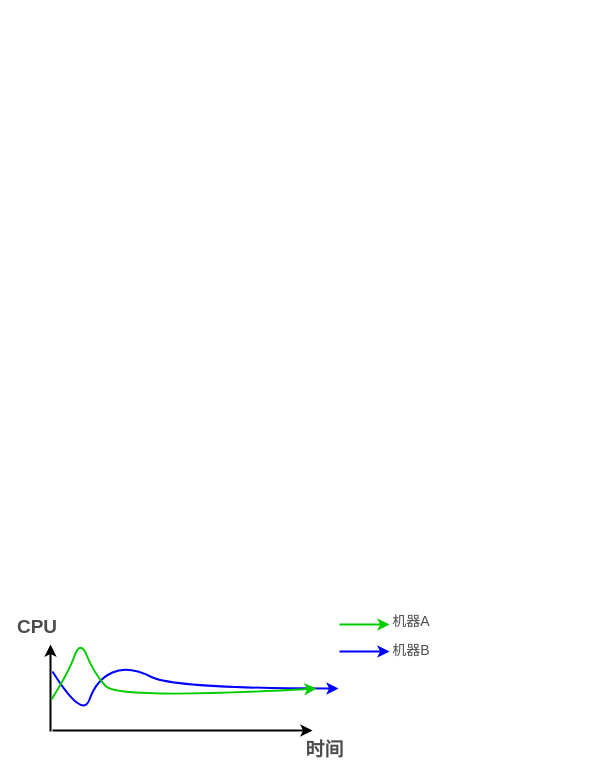
The draw.io diagram page "第 4 页" (4 of 4) of 未命名绘图.drawio in gettogetto/Flappybird, before the edit. Source tidied: cells renumbered, new cells numbered last; positions are measured from the earlier drawing's top-left corner, leaving out a move shared by most shapes. Both pictures are drawn from the tidied source at 100%, with x=0, y=0 at pixel (17, 611).
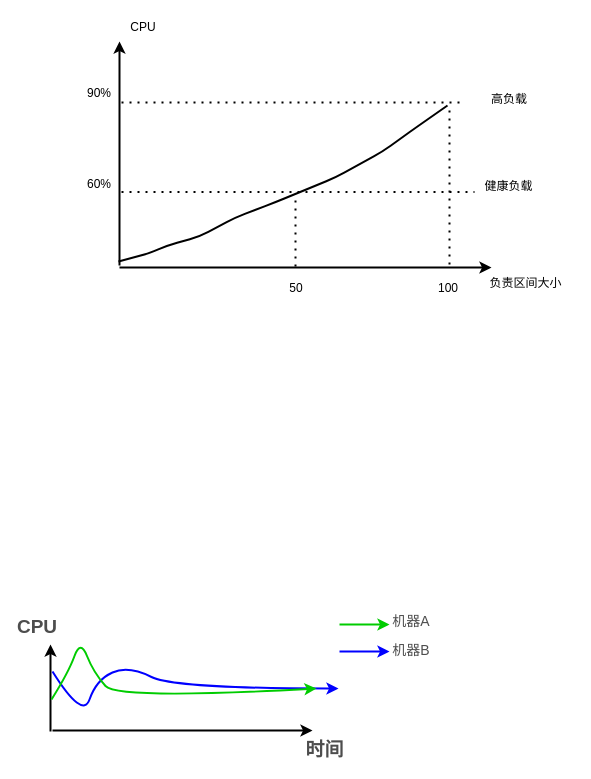
The same diagram, later.

Commit message:
更新未命名绘图.drawio

The edit, as a diff of the source:
```diff
@@
+    <mxCell id="12" style="endArrow=classic;html=1;strokeWidth=2;" parent="1" edge="1">
+      <mxGeometry relative="1" as="geometry">
+        <mxPoint x="102" y="-346" as="sourcePoint" />
+        <mxPoint x="102" y="-570" as="targetPoint" />
+      </mxGeometry>
+    </mxCell>
+    <mxCell id="13" style="endArrow=none;html=1;strokeWidth=2;startArrow=classic;startFill=1;endFill=0;" parent="1" edge="1">
+      <mxGeometry relative="1" as="geometry">
+        <mxPoint x="474" y="-344" as="sourcePoint" />
+        <mxPoint x="102" y="-344" as="targetPoint" />
+      </mxGeometry>
+    </mxCell>
+    <mxCell id="14" style="endArrow=none;html=1;strokeWidth=2;" parent="1" edge="1">
+      <mxGeometry relative="1" as="geometry">
+        <mxPoint x="430" y="-506" as="sourcePoint" />
+        <mxPoint x="101" y="-350" as="targetPoint" />
+        <Array as="points">
+          <mxPoint x="400" y="-485" />
+          <mxPoint x="365" y="-460" />
+          <mxPoint x="318" y="-434" />
+          <mxPoint x="257" y="-409" />
+          <mxPoint x="218" y="-394" />
+          <mxPoint x="182" y="-375" />
+          <mxPoint x="150" y="-366" />
+          <mxPoint x="131" y="-358" />
+        </Array>
+      </mxGeometry>
+    </mxCell>
+    <mxCell id="15" value="90%" style="text;html=1;strokeColor=none;fillColor=none;align=center;verticalAlign=middle;whiteSpace=wrap;rounded=0;strokeWidth=2;" parent="1" vertex="1">
+      <mxGeometry x="62" y="-528" width="40" height="20" as="geometry" />
+    </mxCell>
+    <mxCell id="16" value="CPU" style="text;html=1;strokeColor=none;fillColor=none;align=center;verticalAlign=middle;whiteSpace=wrap;rounded=0;strokeWidth=2;" parent="1" vertex="1">
+      <mxGeometry x="106" y="-594" width="40" height="20" as="geometry" />
+    </mxCell>
+    <mxCell id="17" value="60%" style="text;html=1;strokeColor=none;fillColor=none;align=center;verticalAlign=middle;whiteSpace=wrap;rounded=0;strokeWidth=2;" parent="1" vertex="1">
+      <mxGeometry x="62" y="-437" width="40" height="20" as="geometry" />
+    </mxCell>
+    <mxCell id="18" style="endArrow=none;dashed=1;html=1;dashPattern=1 3;strokeWidth=2;" parent="1" edge="1">
+      <mxGeometry relative="1" as="geometry">
+        <mxPoint x="104" y="-419.5" as="sourcePoint" />
+        <mxPoint x="457" y="-419.5" as="targetPoint" />
+      </mxGeometry>
+    </mxCell>
+    <mxCell id="19" value="负责区间大小" style="text;html=1;strokeColor=none;fillColor=none;align=center;verticalAlign=middle;whiteSpace=wrap;rounded=0;strokeWidth=2;" parent="1" vertex="1">
+      <mxGeometry x="460" y="-338" width="97" height="20" as="geometry" />
+    </mxCell>
+    <mxCell id="20" style="endArrow=none;dashed=1;html=1;dashPattern=1 3;strokeWidth=2;" parent="1" edge="1">
+      <mxGeometry relative="1" as="geometry">
+        <mxPoint x="104" y="-509" as="sourcePoint" />
+        <mxPoint x="447" y="-509" as="targetPoint" />
+      </mxGeometry>
+    </mxCell>
+    <mxCell id="21" value="高负载" style="text;html=1;strokeColor=none;fillColor=none;align=center;verticalAlign=middle;whiteSpace=wrap;rounded=0;" parent="1" vertex="1">
+      <mxGeometry x="471.5" y="-522" width="40" height="20" as="geometry" />
+    </mxCell>
+    <mxCell id="22" value="健康负载" style="text;html=1;strokeColor=none;fillColor=none;align=center;verticalAlign=middle;whiteSpace=wrap;rounded=0;" parent="1" vertex="1">
+      <mxGeometry x="465" y="-435" width="53" height="20" as="geometry" />
+    </mxCell>
+    <mxCell id="23" style="endArrow=none;dashed=1;html=1;dashPattern=1 3;strokeWidth=2;" parent="1" edge="1">
+      <mxGeometry relative="1" as="geometry">
+        <mxPoint x="432" y="-347" as="sourcePoint" />
+        <mxPoint x="432" y="-506" as="targetPoint" />
+      </mxGeometry>
+    </mxCell>
+    <mxCell id="24" style="endArrow=none;dashed=1;html=1;dashPattern=1 3;strokeWidth=2;" parent="1" edge="1">
+      <mxGeometry relative="1" as="geometry">
+        <mxPoint x="278" y="-345" as="sourcePoint" />
+        <mxPoint x="278" y="-417" as="targetPoint" />
+      </mxGeometry>
+    </mxCell>
+    <mxCell id="25" value="100" style="text;html=1;strokeColor=none;fillColor=none;align=center;verticalAlign=middle;whiteSpace=wrap;rounded=0;" parent="1" vertex="1">
+      <mxGeometry x="411" y="-333" width="40" height="20" as="geometry" />
+    </mxCell>
+    <mxCell id="26" value="50" style="text;html=1;strokeColor=none;fillColor=none;align=center;verticalAlign=middle;whiteSpace=wrap;rounded=0;" parent="1" vertex="1">
+      <mxGeometry x="259" y="-333" width="40" height="20" as="geometry" />
+    </mxCell>
```
